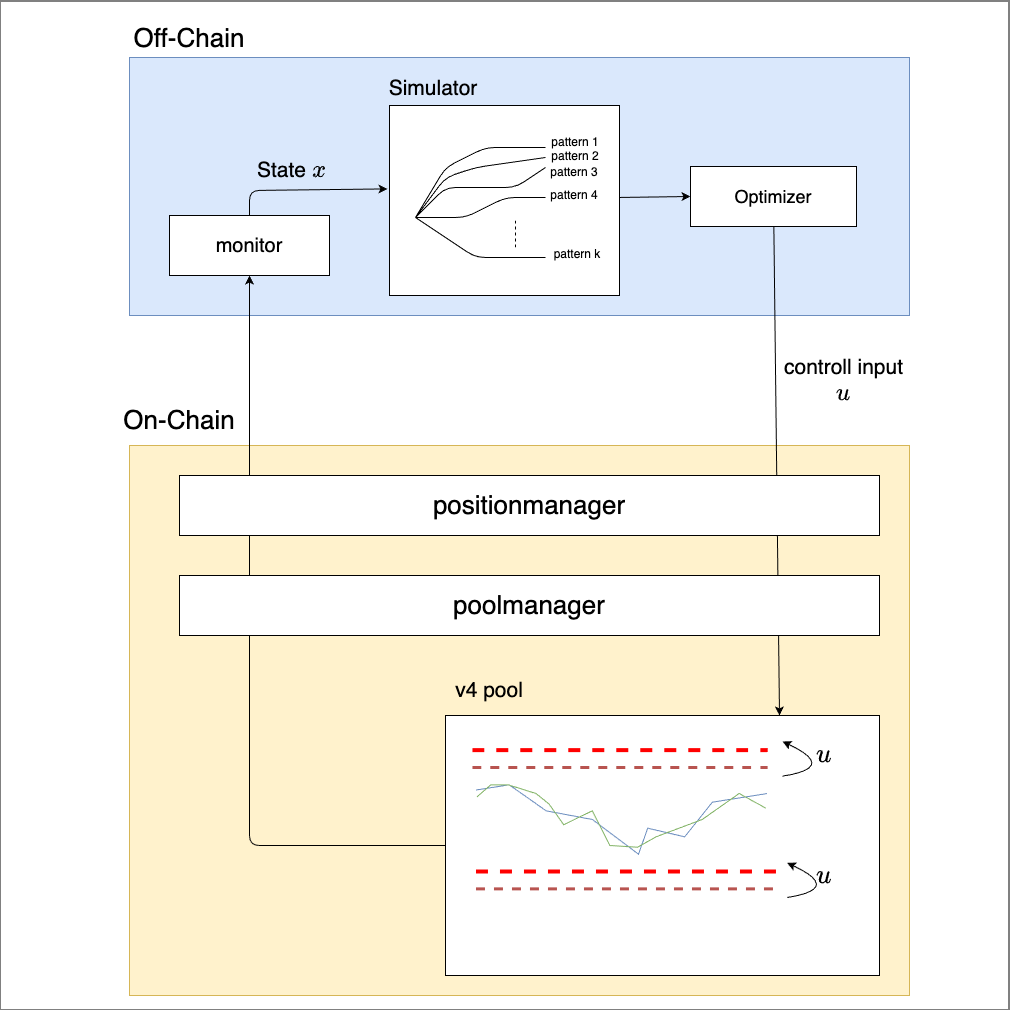
Before: system_architecture.drawio.png, a diagram exported from draw.io (yugo0822/v4-kineticflow). Source tidied: cells renumbered, new cells last; positions are measured from the earlier drawing's top-left corner, leaving out a move shared by most shapes. Source of this version:
```xml
<mxGraphModel math="1">
  <root>
    <mxCell id="0" />
    <mxCell id="1" parent="0" />
    <mxCell id="2" style="whiteSpace=wrap;html=1;" parent="1" vertex="1">
      <mxGeometry x="0.5" y="-0.5" width="1009" height="1009" as="geometry" />
    </mxCell>
    <mxCell id="3" style="rounded=0;whiteSpace=wrap;html=1;fillColor=#fff2cc;strokeColor=#d6b656;" parent="1" vertex="1">
      <mxGeometry x="130" y="444" width="780" height="550" as="geometry" />
    </mxCell>
    <mxCell id="4" style="rounded=0;whiteSpace=wrap;html=1;fillColor=#dae8fc;strokeColor=#6c8ebf;" parent="1" vertex="1">
      <mxGeometry x="130" y="56" width="780" height="258" as="geometry" />
    </mxCell>
    <mxCell id="5" value="Off-Chain" style="text;html=1;align=center;verticalAlign=middle;whiteSpace=wrap;rounded=0;fontSize=26;" parent="1" vertex="1">
      <mxGeometry x="130" y="22" width="120" height="30" as="geometry" />
    </mxCell>
    <mxCell id="6" value="On-Chain" style="text;html=1;align=center;verticalAlign=middle;whiteSpace=wrap;rounded=0;fontSize=26;" parent="1" vertex="1">
      <mxGeometry x="110" y="404" width="140" height="30" as="geometry" />
    </mxCell>
    <mxCell id="7" value="monitor" style="rounded=0;whiteSpace=wrap;html=1;fontSize=20;" parent="1" vertex="1">
      <mxGeometry x="170" y="214" width="160" height="60" as="geometry" />
    </mxCell>
    <mxCell id="8" style="endArrow=classic;html=1;entryX=-0.009;entryY=0.439;entryDx=0;entryDy=0;entryPerimeter=0;" parent="1" edge="1" target="9">
      <mxGeometry relative="1" as="geometry">
        <mxPoint x="250" y="214" as="sourcePoint" />
        <Array as="points">
          <mxPoint x="250" y="189" />
        </Array>
      </mxGeometry>
    </mxCell>
    <mxCell id="9" style="rounded=0;whiteSpace=wrap;html=1;fontSize=18;" parent="1" vertex="1">
      <mxGeometry x="390" y="104" width="230" height="190" as="geometry" />
    </mxCell>
    <mxCell id="10" style="endArrow=classic;html=1;entryX=0.5;entryY=1;entryDx=0;entryDy=0;" parent="1" edge="1" target="7">
      <mxGeometry relative="1" as="geometry">
        <mxPoint x="450" y="844" as="sourcePoint" />
        <Array as="points">
          <mxPoint x="250" y="844" />
        </Array>
      </mxGeometry>
    </mxCell>
    <mxCell id="11" value="v4 pool" style="text;html=1;align=center;verticalAlign=middle;whiteSpace=wrap;rounded=0;fontSize=21;" parent="1" vertex="1">
      <mxGeometry x="430" y="674" width="120" height="30" as="geometry" />
    </mxCell>
    <mxCell id="12" style="group;" parent="1" vertex="1">
      <mxGeometry x="416" y="136" width="192" height="132" as="geometry" />
    </mxCell>
    <mxCell id="13" style="endArrow=none;html=1;" parent="12" edge="1">
      <mxGeometry relative="1" as="geometry">
        <mxPoint y="80" as="sourcePoint" />
        <mxPoint x="130" y="30" as="targetPoint" />
        <Array as="points">
          <mxPoint x="30" y="50" />
          <mxPoint x="100" y="50" />
        </Array>
      </mxGeometry>
    </mxCell>
    <mxCell id="14" style="endArrow=none;html=1;" parent="12" edge="1">
      <mxGeometry relative="1" as="geometry">
        <mxPoint y="80" as="sourcePoint" />
        <mxPoint x="130" y="60" as="targetPoint" />
        <Array as="points">
          <mxPoint x="50" y="80" />
          <mxPoint x="90" y="60" />
        </Array>
      </mxGeometry>
    </mxCell>
    <mxCell id="15" style="endArrow=none;html=1;" parent="12" edge="1">
      <mxGeometry relative="1" as="geometry">
        <mxPoint y="80" as="sourcePoint" />
        <mxPoint x="130" y="10" as="targetPoint" />
        <Array as="points">
          <mxPoint x="30" y="30" />
          <mxPoint x="70" y="10" />
        </Array>
      </mxGeometry>
    </mxCell>
    <mxCell id="16" style="endArrow=none;html=1;" parent="12" edge="1">
      <mxGeometry relative="1" as="geometry">
        <mxPoint y="80" as="sourcePoint" />
        <mxPoint x="130" y="20" as="targetPoint" />
        <Array as="points">
          <mxPoint x="30" y="40" />
          <mxPoint x="60" y="30" />
        </Array>
      </mxGeometry>
    </mxCell>
    <mxCell id="17" style="endArrow=none;html=1;" parent="12" edge="1">
      <mxGeometry relative="1" as="geometry">
        <mxPoint x="130" y="120" as="sourcePoint" />
        <mxPoint y="80" as="targetPoint" />
        <Array as="points">
          <mxPoint x="60" y="120" />
        </Array>
      </mxGeometry>
    </mxCell>
    <mxCell id="18" style="endArrow=none;dashed=1;html=1;" parent="12" edge="1">
      <mxGeometry relative="1" as="geometry">
        <mxPoint x="100" y="110" as="sourcePoint" />
        <mxPoint x="100" y="80" as="targetPoint" />
      </mxGeometry>
    </mxCell>
    <mxCell id="19" value="pattern 1" style="text;html=1;align=center;verticalAlign=middle;whiteSpace=wrap;rounded=0;" parent="12" vertex="1">
      <mxGeometry x="130" width="60" height="10" as="geometry" />
    </mxCell>
    <mxCell id="20" value="pattern 2" style="text;html=1;align=center;verticalAlign=middle;whiteSpace=wrap;rounded=0;" parent="12" vertex="1">
      <mxGeometry x="130" y="4" width="60" height="30" as="geometry" />
    </mxCell>
    <mxCell id="21" value="&lt;span style=&quot;color: rgb(0, 0, 0);&quot;&gt;pattern 3&lt;/span&gt;" style="text;html=1;align=center;verticalAlign=middle;whiteSpace=wrap;rounded=0;" parent="12" vertex="1">
      <mxGeometry x="129" y="20" width="60" height="30" as="geometry" />
    </mxCell>
    <mxCell id="22" value="&lt;span style=&quot;color: rgb(0, 0, 0);&quot;&gt;pattern 4&lt;/span&gt;" style="text;html=1;align=center;verticalAlign=middle;whiteSpace=wrap;rounded=0;" parent="12" vertex="1">
      <mxGeometry x="129" y="43" width="60" height="30" as="geometry" />
    </mxCell>
    <mxCell id="23" value="&lt;span style=&quot;color: rgb(0, 0, 0);&quot;&gt;pattern k&lt;/span&gt;" style="text;html=1;align=center;verticalAlign=middle;whiteSpace=wrap;rounded=0;" parent="12" vertex="1">
      <mxGeometry x="132" y="102" width="60" height="30" as="geometry" />
    </mxCell>
    <mxCell id="24" value="Simulator" style="text;html=1;align=center;verticalAlign=middle;whiteSpace=wrap;rounded=0;fontSize=21;" parent="1" vertex="1">
      <mxGeometry x="404" y="72" width="60" height="30" as="geometry" />
    </mxCell>
    <mxCell id="25" value="Optimizer" style="rounded=0;whiteSpace=wrap;html=1;fontSize=18;" parent="1" vertex="1">
      <mxGeometry x="691" y="165" width="166" height="60" as="geometry" />
    </mxCell>
    <mxCell id="26" style="endArrow=classic;html=1;entryX=0;entryY=0.5;entryDx=0;entryDy=0;exitX=0.998;exitY=0.484;exitDx=0;exitDy=0;exitPerimeter=0;" parent="1" edge="1" source="9" target="25">
      <mxGeometry relative="1" as="geometry" />
    </mxCell>
    <mxCell id="27" style="group;fillColor=default;strokeColor=default;" parent="1" vertex="1">
      <mxGeometry x="446" y="714" width="434" height="260" as="geometry" />
    </mxCell>
    <mxCell id="28" style="endArrow=none;html=1;rounded=0;curved=0;fillColor=#dae8fc;strokeColor=#6c8ebf;" parent="27" edge="1">
      <mxGeometry relative="1" as="geometry">
        <mxPoint x="321.3" y="78.1" as="sourcePoint" />
        <mxPoint x="30.5" y="74.5" as="targetPoint" />
        <Array as="points">
          <mxPoint x="266.9" y="86.7" />
          <mxPoint x="239.2" y="121.3" />
          <mxPoint x="202.2" y="112.7" />
          <mxPoint x="193" y="138.7" />
          <mxPoint x="146.8" y="104" />
          <mxPoint x="100.7" y="95.3" />
          <mxPoint x="63.7" y="69.3" />
        </Array>
      </mxGeometry>
    </mxCell>
    <mxCell id="29" style="endArrow=none;html=1;rounded=0;curved=0;fillColor=#d5e8d4;strokeColor=#82b366;" parent="27" edge="1">
      <mxGeometry relative="1" as="geometry">
        <mxPoint x="320.4" y="92.7" as="sourcePoint" />
        <mxPoint x="31.4" y="81.5" as="targetPoint" />
        <Array as="points">
          <mxPoint x="293.6" y="78" />
          <mxPoint x="256.7" y="104" />
          <mxPoint x="210.5" y="121.3" />
          <mxPoint x="192.1" y="131.7" />
          <mxPoint x="164.4" y="130" />
          <mxPoint x="146.8" y="95.3" />
          <mxPoint x="118.2" y="109.2" />
          <mxPoint x="103.4" y="88.4" />
          <mxPoint x="90.5" y="78" />
          <mxPoint x="62.8" y="69.3" />
          <mxPoint x="45.2" y="69.3" />
        </Array>
      </mxGeometry>
    </mxCell>
    <mxCell id="30" style="endArrow=none;dashed=1;html=1;fillColor=#f8cecc;strokeColor=#b85450;strokeWidth=3;" parent="27" edge="1">
      <mxGeometry relative="1" as="geometry">
        <mxPoint x="26.8" y="52" as="sourcePoint" />
        <mxPoint x="322.3" y="52" as="targetPoint" />
      </mxGeometry>
    </mxCell>
    <mxCell id="31" style="endArrow=none;dashed=1;html=1;strokeColor=#FF0000;strokeWidth=4;" parent="27" edge="1">
      <mxGeometry relative="1" as="geometry">
        <mxPoint x="26.8" y="34.7" as="sourcePoint" />
        <mxPoint x="322.3" y="34.7" as="targetPoint" />
      </mxGeometry>
    </mxCell>
    <mxCell id="32" style="endArrow=none;dashed=1;html=1;fillColor=#f8cecc;strokeColor=#b85450;strokeWidth=3;" parent="27" edge="1">
      <mxGeometry relative="1" as="geometry">
        <mxPoint x="30.5" y="173.3" as="sourcePoint" />
        <mxPoint x="331.5" y="173.3" as="targetPoint" />
      </mxGeometry>
    </mxCell>
    <mxCell id="33" style="endArrow=none;dashed=1;html=1;strokeColor=#FF0000;strokeWidth=4;" parent="27" edge="1">
      <mxGeometry relative="1" as="geometry">
        <mxPoint x="30.5" y="156" as="sourcePoint" />
        <mxPoint x="331.5" y="156" as="targetPoint" />
      </mxGeometry>
    </mxCell>
    <mxCell id="34" style="endArrow=classic;html=1;rounded=0;curved=1;" parent="27" edge="1">
      <mxGeometry relative="1" as="geometry">
        <mxPoint x="337" y="60.7" as="sourcePoint" />
        <mxPoint x="337" y="26" as="targetPoint" />
        <Array as="points">
          <mxPoint x="392.4" y="52" />
        </Array>
      </mxGeometry>
    </mxCell>
    <mxCell id="35" style="endArrow=classic;html=1;rounded=0;curved=1;" parent="27" edge="1">
      <mxGeometry relative="1" as="geometry">
        <mxPoint x="341.7" y="182" as="sourcePoint" />
        <mxPoint x="341.7" y="147.3" as="targetPoint" />
        <Array as="points">
          <mxPoint x="397.1" y="173.3" />
        </Array>
      </mxGeometry>
    </mxCell>
    <mxCell id="36" value="`u`" style="text;html=1;align=center;verticalAlign=middle;whiteSpace=wrap;rounded=0;fontSize=23;" parent="27" vertex="1">
      <mxGeometry x="350.9" y="26" width="55.4" height="26" as="geometry" />
    </mxCell>
    <mxCell id="37" value="`u`" style="text;html=1;align=center;verticalAlign=middle;whiteSpace=wrap;rounded=0;fontSize=23;" parent="27" vertex="1">
      <mxGeometry x="350.9" y="147.3" width="55.4" height="26" as="geometry" />
    </mxCell>
    <mxCell id="38" style="endArrow=classic;html=1;" parent="1" edge="1" source="25">
      <mxGeometry relative="1" as="geometry">
        <mxPoint x="780" y="714" as="targetPoint" />
      </mxGeometry>
    </mxCell>
    <mxCell id="39" value="positionmanager" style="rounded=0;whiteSpace=wrap;html=1;fontSize=26;" parent="1" vertex="1">
      <mxGeometry x="180" y="474" width="700" height="60" as="geometry" />
    </mxCell>
    <mxCell id="40" value="poolmanager" style="rounded=0;whiteSpace=wrap;html=1;fontSize=26;" parent="1" vertex="1">
      <mxGeometry x="180" y="574" width="700" height="60" as="geometry" />
    </mxCell>
    <mxCell id="41" value="controll input　`u`" style="text;html=1;align=center;verticalAlign=middle;whiteSpace=wrap;rounded=0;fontSize=21;" parent="1" vertex="1">
      <mxGeometry x="767" y="364" width="155" height="30" as="geometry" />
    </mxCell>
    <mxCell id="42" value="State `x`" style="text;html=1;align=center;verticalAlign=middle;whiteSpace=wrap;rounded=0;fontSize=21;" parent="1" vertex="1">
      <mxGeometry x="250" y="154" width="85" height="30" as="geometry" />
    </mxCell>
  </root>
</mxGraphModel>
```
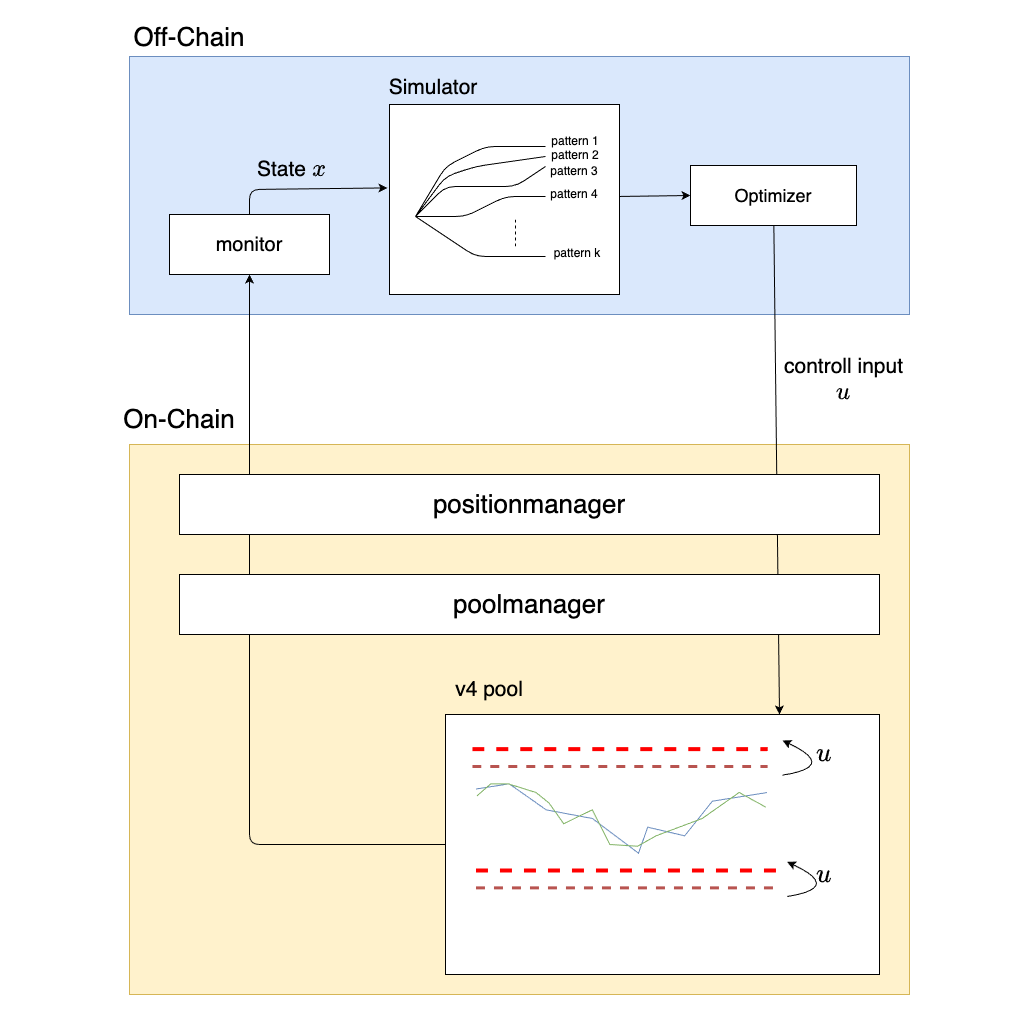
Later version of the same file.

Change to the diagram source:
```diff
@@ -2,7 +2,7 @@
   <root>
     <mxCell id="0" />
     <mxCell id="1" parent="0" />
-    <mxCell id="2" style="whiteSpace=wrap;html=1;" parent="1" vertex="1">
+    <mxCell id="2" style="whiteSpace=wrap;html=1;strokeColor=none;" parent="1" vertex="1">
       <mxGeometry x="0.5" y="-0.5" width="1009" height="1009" as="geometry" />
     </mxCell>
     <mxCell id="3" style="rounded=0;whiteSpace=wrap;html=1;fillColor=#fff2cc;strokeColor=#d6b656;" parent="1" vertex="1">
```
